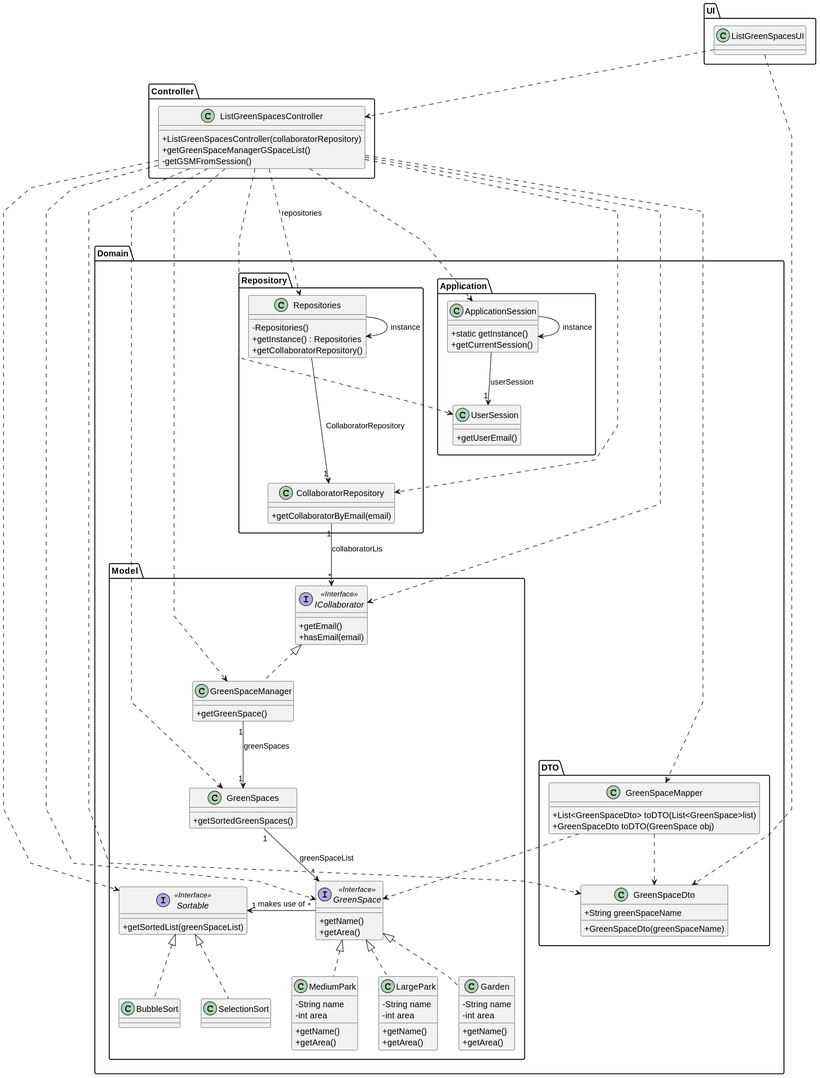
Before: docs/sprint3/us27/03.design/svg/us27-class-diagram.svg, a diagram exported from PlantUML (Departamento-de-Engenharia-Informatica/lei-24-s2-1db-g022).
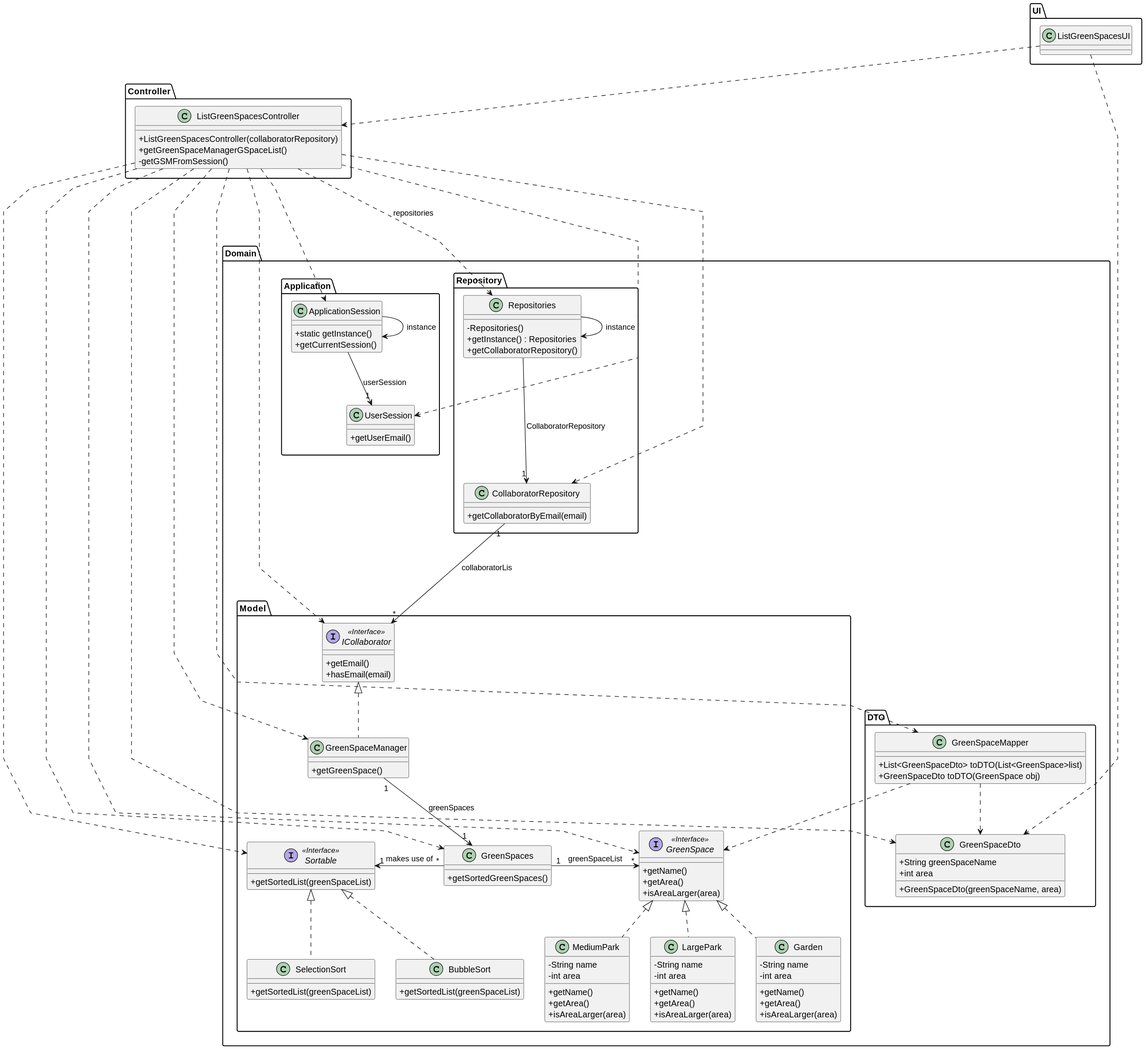
The same diagram one commit later.

Diff of the diagram source:
```diff
@@ -46,7 +46,9 @@
 
         class GreenSpaceDto{
             + String greenSpaceName
-            + GreenSpaceDto(greenSpaceName)
+            + int area
+
+            + GreenSpaceDto(greenSpaceName, area)
         }
     }
 
@@ -55,6 +57,7 @@
         interface GreenSpace <<Interface>>{
             + getName()
             + getArea()
+            + isAreaLarger(area)
         }
 
         class GreenSpaces{
@@ -68,6 +71,7 @@
 
             + getName()
             + getArea()
+            + isAreaLarger(area)
         }
 
         class MediumPark implements GreenSpace{
@@ -76,6 +80,7 @@
 
             + getName()
             + getArea()
+            + isAreaLarger(area)
         }
 
         class LargePark implements GreenSpace{
@@ -84,6 +89,7 @@
 
             + getName()
             + getArea()
+            + isAreaLarger(area)
         }
 
         interface ICollaborator <<Interface>>{
@@ -102,9 +108,13 @@
         }
 
         class BubbleSort implements Sortable{
+
+            + getSortedList(greenSpaceList)
         }
 
         class SelectionSort implements Sortable{
+
+            + getSortedList(greenSpaceList)
         }
 
     }
@@ -150,11 +160,11 @@
 
 Repositories ---> "1" CollaboratorRepository : CollaboratorRepository
 
-CollaboratorRepository "1"  --> "*" ICollaborator : collaboratorLis
+CollaboratorRepository "1"  ---> "*" ICollaborator : collaboratorLis
 
 GreenSpaceManager "1" --> "1" GreenSpaces : greenSpaces
 
-GreenSpaces "1" --> "*" GreenSpace : greenSpaceList
+GreenSpaces "1" -> "*" GreenSpace : greenSpaceList
 
-Sortable "1" <- "*" GreenSpace : makes use of
+Sortable "1" <- "*" GreenSpaces : makes use of
 @enduml
```
